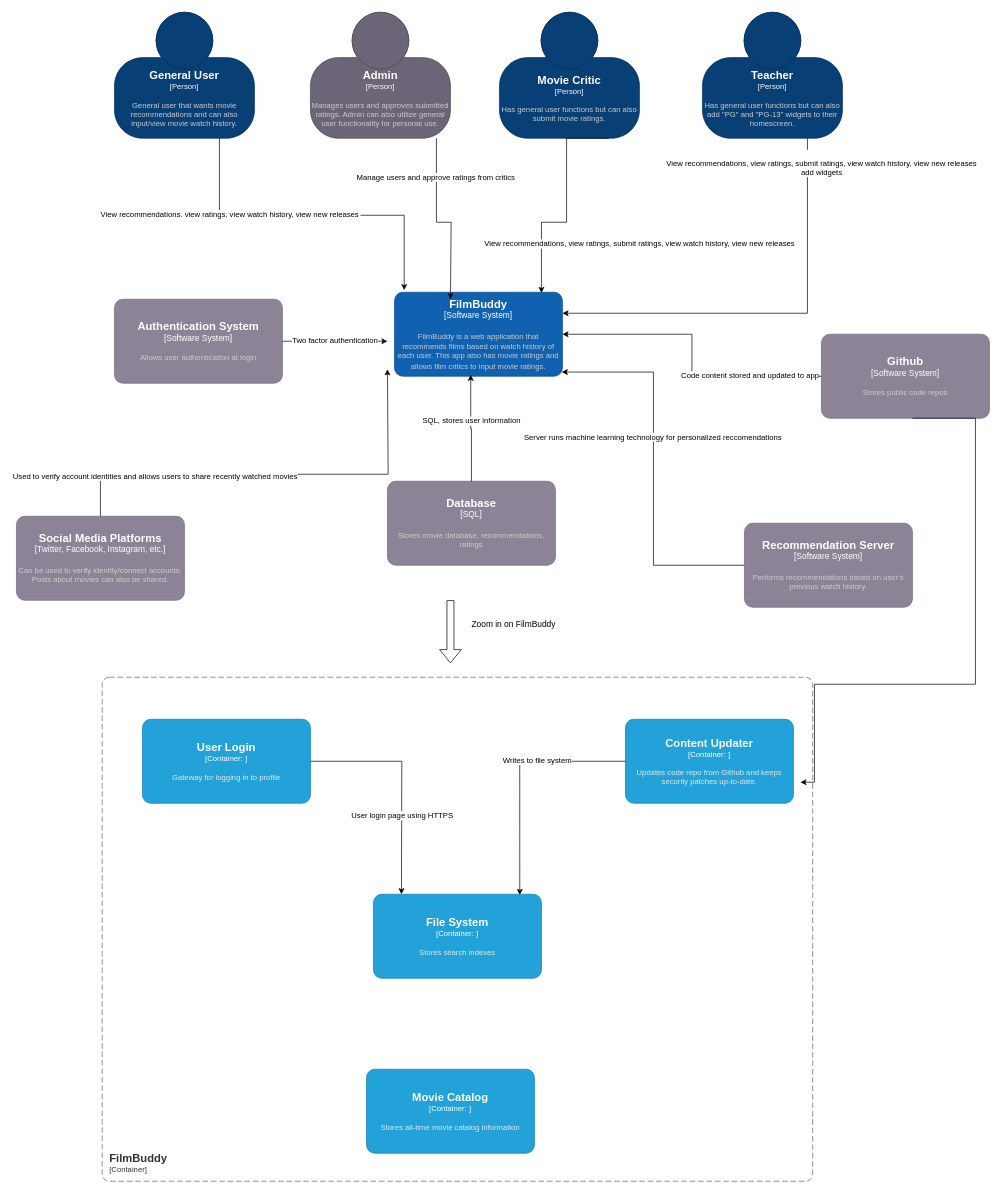
The draw.io diagram docs/Untitled Diagram.drawio in yaztazz/CYBR8470_FilmBuddy, before the edit. Source tidied: cells renumbered, new cells numbered last; positions are measured from the earlier drawing's top-left corner, leaving out a move shared by most shapes. Both pictures are drawn from the tidied source at 70%, with x=0, y=0 at pixel (16, 12).
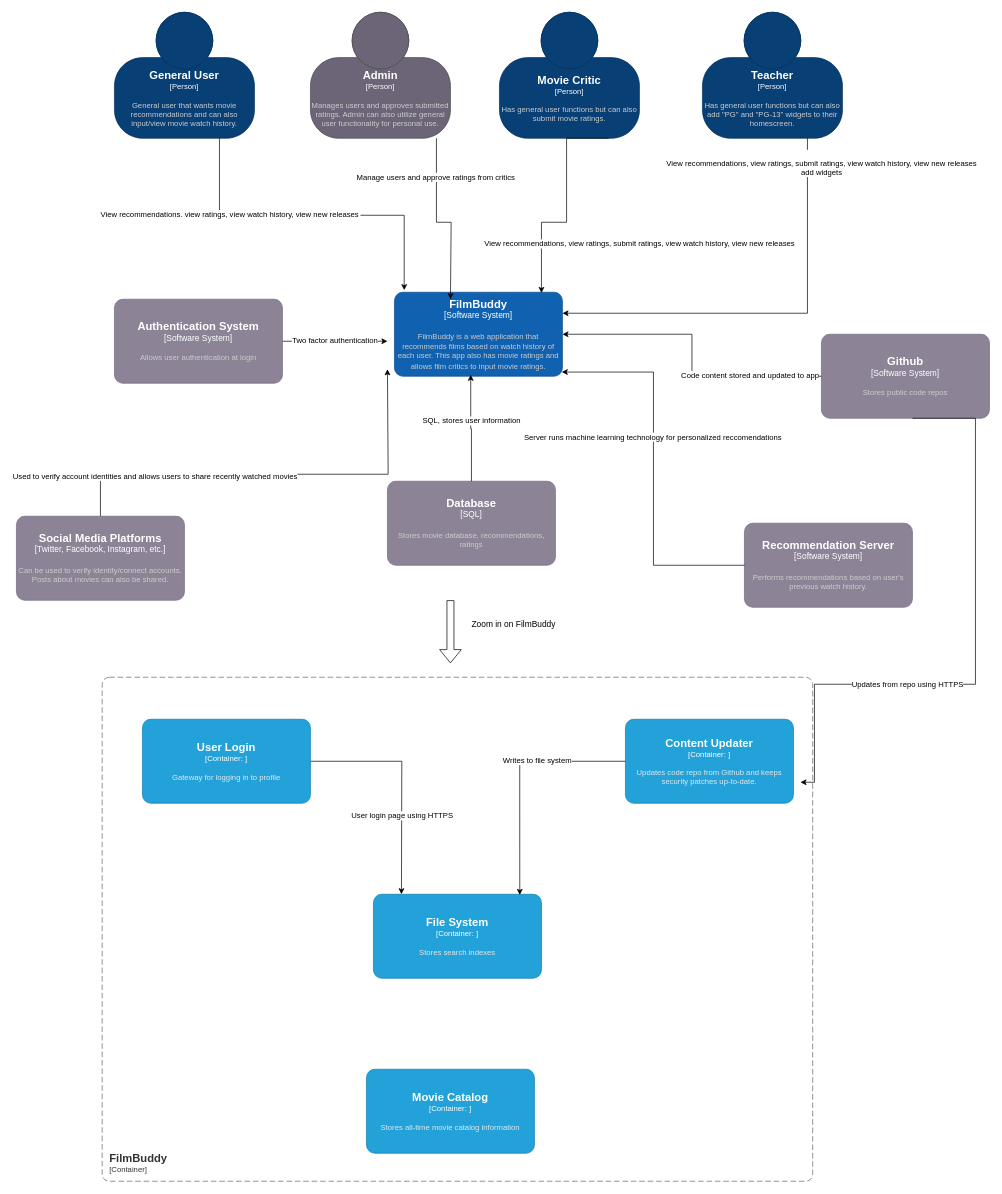
After the change.

Unchanged cells that the change refers to:
```xml
<mxCell id="40" style="edgeStyle=orthogonalEdgeStyle;rounded=0;orthogonalLoop=1;jettySize=auto;html=1;entryX=1;entryY=0.75;entryDx=0;entryDy=0;entryPerimeter=0;" parent="1" edge="1">
  <mxGeometry relative="1" as="geometry">
    <mxPoint x="1280" y="580" as="sourcePoint" />
    <mxPoint x="1120" y="1100" as="targetPoint" />
    <Array as="points">
      <mxPoint x="1370" y="580" />
      <mxPoint x="1370" y="960" />
      <mxPoint x="1140" y="960" />
      <mxPoint x="1140" y="1100" />
    </Array>
  </mxGeometry>
</mxCell>
```

What changed in the source:
```diff
@@
+    <mxCell id="41" value="Updates from repo using HTTPS" style="edgeLabel;html=1;align=center;verticalAlign=middle;" parent="40" vertex="1">
+      <mxGeometry x="0.32" relative="1" as="geometry" />
+    </mxCell>
```
